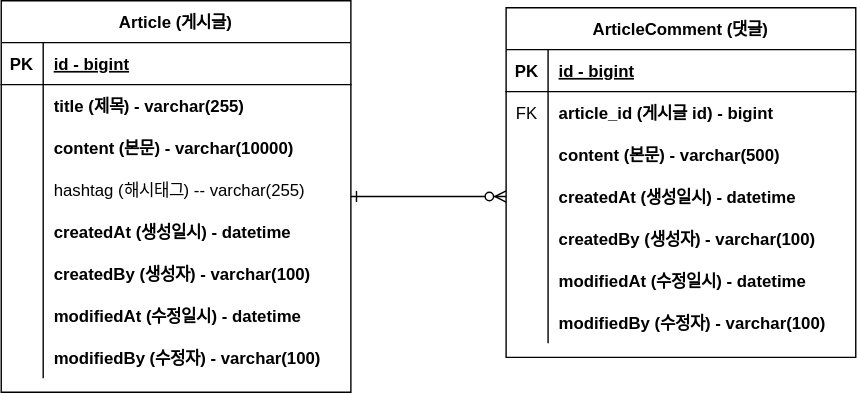
This is document/project-board-erd.drawio.svg from mansooonuna/fastcampus-project1-board, a draw.io export, as it was before one commit. Source tidied: cells renumbered, new cells last; positions are measured from the earlier drawing's top-left corner, leaving out a move shared by most shapes.
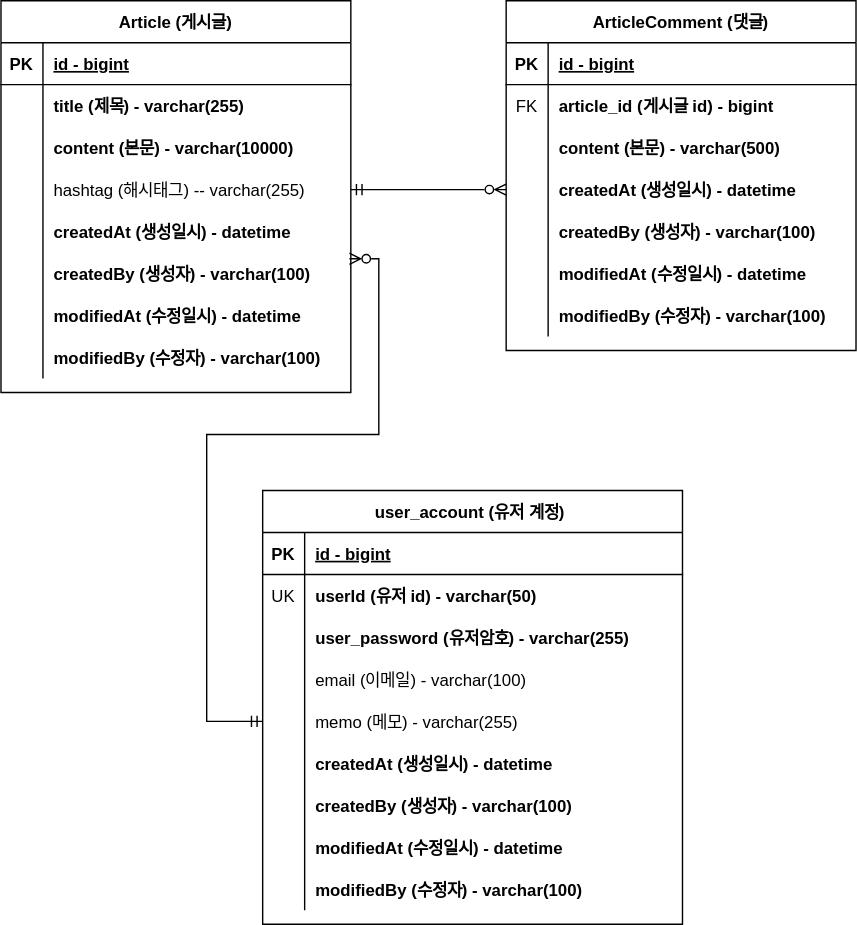
Above is the later version.

Diff of the diagram source:
```diff
@@ -2,9 +2,6 @@
   <root>
     <mxCell id="0" />
     <mxCell id="1" parent="0" />
-    <mxCell id="2" style="edgeStyle=entityRelationEdgeStyle;endArrow=ERzeroToMany;startArrow=ERone;endFill=1;startFill=0;exitX=1;exitY=0.5;exitDx=0;exitDy=0;entryX=0;entryY=0.5;entryDx=0;entryDy=0;" parent="1" edge="1" source="3" target="38">
-      <mxGeometry relative="1" as="geometry" />
-    </mxCell>
     <mxCell id="3" value="Article (게시글)" style="shape=table;startSize=30;rowLines=0;fontStyle=1;align=center;" parent="1" vertex="1">
       <mxGeometry width="250" height="280" as="geometry" />
     </mxCell>
@@ -81,7 +78,7 @@
       <mxGeometry x="30" width="220" height="30" as="geometry" />
     </mxCell>
     <mxCell id="28" value="ArticleComment (댓글)" style="shape=table;startSize=30;rowLines=0;fontStyle=1;align=center;" parent="1" vertex="1">
-      <mxGeometry x="361" y="5" width="250" height="250" as="geometry" />
+      <mxGeometry x="361" width="250" height="250" as="geometry" />
     </mxCell>
     <mxCell id="29" style="shape=partialRectangle;fillColor=none;top=0;left=0;right=0;bottom=1;" parent="28" vertex="1">
       <mxGeometry y="30" width="250" height="30" as="geometry" />
@@ -146,5 +143,105 @@
     <mxCell id="49" value="modifiedBy (수정자) - varchar(100)" style="shape=partialRectangle;overflow=hidden;fillColor=none;top=0;left=0;bottom=0;right=0;align=left;spacingLeft=6;fontStyle=1;" parent="47" vertex="1">
       <mxGeometry x="30" width="220" height="30" as="geometry" />
     </mxCell>
+    <mxCell id="50" value="user_account (유저 계정) " style="shape=table;startSize=30;rowLines=0;fontStyle=1;align=center;" parent="1" vertex="1">
+      <mxGeometry x="187" y="350" width="300" height="310" as="geometry" />
+    </mxCell>
+    <mxCell id="51" style="shape=partialRectangle;fillColor=none;top=0;left=0;right=0;bottom=1;" parent="50" vertex="1">
+      <mxGeometry y="30" width="300" height="30" as="geometry" />
+    </mxCell>
+    <mxCell id="52" value="PK" style="shape=partialRectangle;overflow=hidden;fillColor=none;top=0;left=0;bottom=0;right=0;fontStyle=1;" parent="51" vertex="1">
+      <mxGeometry width="30" height="30" as="geometry" />
+    </mxCell>
+    <mxCell id="53" value="id - bigint" style="shape=partialRectangle;overflow=hidden;fillColor=none;top=0;left=0;bottom=0;right=0;align=left;spacingLeft=6;fontStyle=5;" parent="51" vertex="1">
+      <mxGeometry x="30" width="270" height="30" as="geometry" />
+    </mxCell>
+    <mxCell id="54" style="shape=partialRectangle;fillColor=none;top=0;left=0;right=0;bottom=0;" parent="50" vertex="1">
+      <mxGeometry y="60" width="300" height="30" as="geometry" />
+    </mxCell>
+    <mxCell id="55" style="shape=partialRectangle;overflow=hidden;fillColor=none;top=0;left=0;bottom=0;right=0;" parent="54" vertex="1">
+      <mxGeometry width="30" height="30" as="geometry" />
+    </mxCell>
+    <mxCell id="56" value="userId (유저 id) - varchar(50)" style="shape=partialRectangle;overflow=hidden;fillColor=none;top=0;left=0;bottom=0;right=0;align=left;spacingLeft=6;fontStyle=1;" parent="54" vertex="1">
+      <mxGeometry x="30" width="270" height="30" as="geometry" />
+    </mxCell>
+    <mxCell id="57" style="shape=partialRectangle;fillColor=none;top=0;left=0;right=0;bottom=0;" parent="50" vertex="1">
+      <mxGeometry y="90" width="300" height="30" as="geometry" />
+    </mxCell>
+    <mxCell id="58" style="shape=partialRectangle;overflow=hidden;fillColor=none;top=0;left=0;bottom=0;right=0;" parent="57" vertex="1">
+      <mxGeometry width="30" height="30" as="geometry" />
+    </mxCell>
+    <mxCell id="59" value="user_password (유저암호) - varchar(255)" style="shape=partialRectangle;overflow=hidden;fillColor=none;top=0;left=0;bottom=0;right=0;align=left;spacingLeft=6;fontStyle=1;" parent="57" vertex="1">
+      <mxGeometry x="30" width="270" height="30" as="geometry" />
+    </mxCell>
+    <mxCell id="60" style="shape=partialRectangle;fillColor=none;top=0;left=0;right=0;bottom=0;" parent="50" vertex="1">
+      <mxGeometry y="120" width="300" height="30" as="geometry" />
+    </mxCell>
+    <mxCell id="61" style="shape=partialRectangle;overflow=hidden;fillColor=none;top=0;left=0;bottom=0;right=0;" parent="60" vertex="1">
+      <mxGeometry width="30" height="30" as="geometry" />
+    </mxCell>
+    <mxCell id="62" value="email (이메일) - varchar(100)" style="shape=partialRectangle;overflow=hidden;fillColor=none;top=0;left=0;bottom=0;right=0;align=left;spacingLeft=6;" parent="60" vertex="1">
+      <mxGeometry x="30" width="270" height="30" as="geometry" />
+    </mxCell>
+    <mxCell id="63" style="shape=partialRectangle;fillColor=none;points=[[0,0.5],[1,0.5]];portConstraint=eastwest;top=0;left=0;right=0;bottom=0;" parent="50" vertex="1">
+      <mxGeometry y="150" width="300" height="30" as="geometry" />
+    </mxCell>
+    <mxCell id="64" style="shape=partialRectangle;overflow=hidden;fillColor=none;top=0;left=0;bottom=0;right=0;" parent="63" vertex="1">
+      <mxGeometry width="30" height="30" as="geometry" />
+    </mxCell>
+    <mxCell id="65" value="memo (메모) - varchar(255)" style="shape=partialRectangle;overflow=hidden;fillColor=none;top=0;left=0;bottom=0;right=0;align=left;spacingLeft=6;fontStyle=0;" parent="63" vertex="1">
+      <mxGeometry x="30" width="270" height="30" as="geometry" />
+    </mxCell>
+    <mxCell id="66" style="shape=partialRectangle;fillColor=none;top=0;left=0;right=0;bottom=0;" parent="50" vertex="1">
+      <mxGeometry y="180" width="300" height="30" as="geometry" />
+    </mxCell>
+    <mxCell id="67" style="shape=partialRectangle;overflow=hidden;fillColor=none;top=0;left=0;bottom=0;right=0;" parent="66" vertex="1">
+      <mxGeometry width="30" height="30" as="geometry" />
+    </mxCell>
+    <mxCell id="68" value="createdAt (생성일시) - datetime" style="shape=partialRectangle;overflow=hidden;fillColor=none;top=0;left=0;bottom=0;right=0;align=left;spacingLeft=6;fontStyle=1;" parent="66" vertex="1">
+      <mxGeometry x="30" width="270" height="30" as="geometry" />
+    </mxCell>
+    <mxCell id="69" style="shape=partialRectangle;fillColor=none;top=0;left=0;right=0;bottom=0;" parent="50" vertex="1">
+      <mxGeometry y="210" width="300" height="30" as="geometry" />
+    </mxCell>
+    <mxCell id="70" style="shape=partialRectangle;overflow=hidden;fillColor=none;top=0;left=0;bottom=0;right=0;" parent="69" vertex="1">
+      <mxGeometry width="30" height="30" as="geometry" />
+    </mxCell>
+    <mxCell id="71" value="createdBy (생성자) - varchar(100)" style="shape=partialRectangle;overflow=hidden;fillColor=none;top=0;left=0;bottom=0;right=0;align=left;spacingLeft=6;fontStyle=1;" parent="69" vertex="1">
+      <mxGeometry x="30" width="270" height="30" as="geometry" />
+    </mxCell>
+    <mxCell id="72" style="shape=partialRectangle;fillColor=none;top=0;left=0;right=0;bottom=0;" parent="50" vertex="1">
+      <mxGeometry y="240" width="300" height="30" as="geometry" />
+    </mxCell>
+    <mxCell id="73" style="shape=partialRectangle;overflow=hidden;fillColor=none;top=0;left=0;bottom=0;right=0;" parent="72" vertex="1">
+      <mxGeometry width="30" height="30" as="geometry" />
+    </mxCell>
+    <mxCell id="74" value="modifiedAt (수정일시) - datetime" style="shape=partialRectangle;overflow=hidden;fillColor=none;top=0;left=0;bottom=0;right=0;align=left;spacingLeft=6;fontStyle=1;" parent="72" vertex="1">
+      <mxGeometry x="30" width="270" height="30" as="geometry" />
+    </mxCell>
+    <mxCell id="75" style="shape=partialRectangle;fillColor=none;top=0;left=0;right=0;bottom=0;" parent="50" vertex="1">
+      <mxGeometry y="270" width="300" height="30" as="geometry" />
+    </mxCell>
+    <mxCell id="76" style="shape=partialRectangle;overflow=hidden;fillColor=none;top=0;left=0;bottom=0;right=0;" parent="75" vertex="1">
+      <mxGeometry width="30" height="30" as="geometry" />
+    </mxCell>
+    <mxCell id="77" value="modifiedBy (수정자) - varchar(100)" style="shape=partialRectangle;overflow=hidden;fillColor=none;top=0;left=0;bottom=0;right=0;align=left;spacingLeft=6;fontStyle=1;" parent="75" vertex="1">
+      <mxGeometry x="30" width="270" height="30" as="geometry" />
+    </mxCell>
+    <mxCell id="78" value="UK" style="shape=partialRectangle;overflow=hidden;fillColor=none;top=0;left=0;bottom=0;right=0;fontStyle=0;" parent="1" vertex="1">
+      <mxGeometry x="187" y="410" width="30" height="30" as="geometry" />
+    </mxCell>
+    <mxCell id="79" style="edgeStyle=orthogonalEdgeStyle;rounded=0;jettySize=auto;html=1;exitX=0;exitY=0.5;exitDx=0;exitDy=0;entryX=0.996;entryY=0.147;entryDx=0;entryDy=0;entryPerimeter=0;startArrow=ERmandOne;startFill=0;endArrow=ERzeroToMany;endFill=0;" parent="1" edge="1" source="63" target="19">
+      <mxGeometry relative="1" as="geometry">
+        <Array as="points">
+          <mxPoint x="147" y="515" />
+          <mxPoint x="147" y="310" />
+          <mxPoint x="270" y="310" />
+          <mxPoint x="270" y="184" />
+        </Array>
+      </mxGeometry>
+    </mxCell>
+    <mxCell id="80" style="edgeStyle=orthogonalEdgeStyle;rounded=0;jettySize=auto;html=1;exitX=1;exitY=0.5;exitDx=0;exitDy=0;entryX=0;entryY=0.5;entryDx=0;entryDy=0;startArrow=ERmandOne;startFill=0;endArrow=ERzeroToMany;endFill=0;" parent="1" edge="1" source="13" target="38">
+      <mxGeometry relative="1" as="geometry" />
+    </mxCell>
   </root>
 </mxGraphModel>
```
